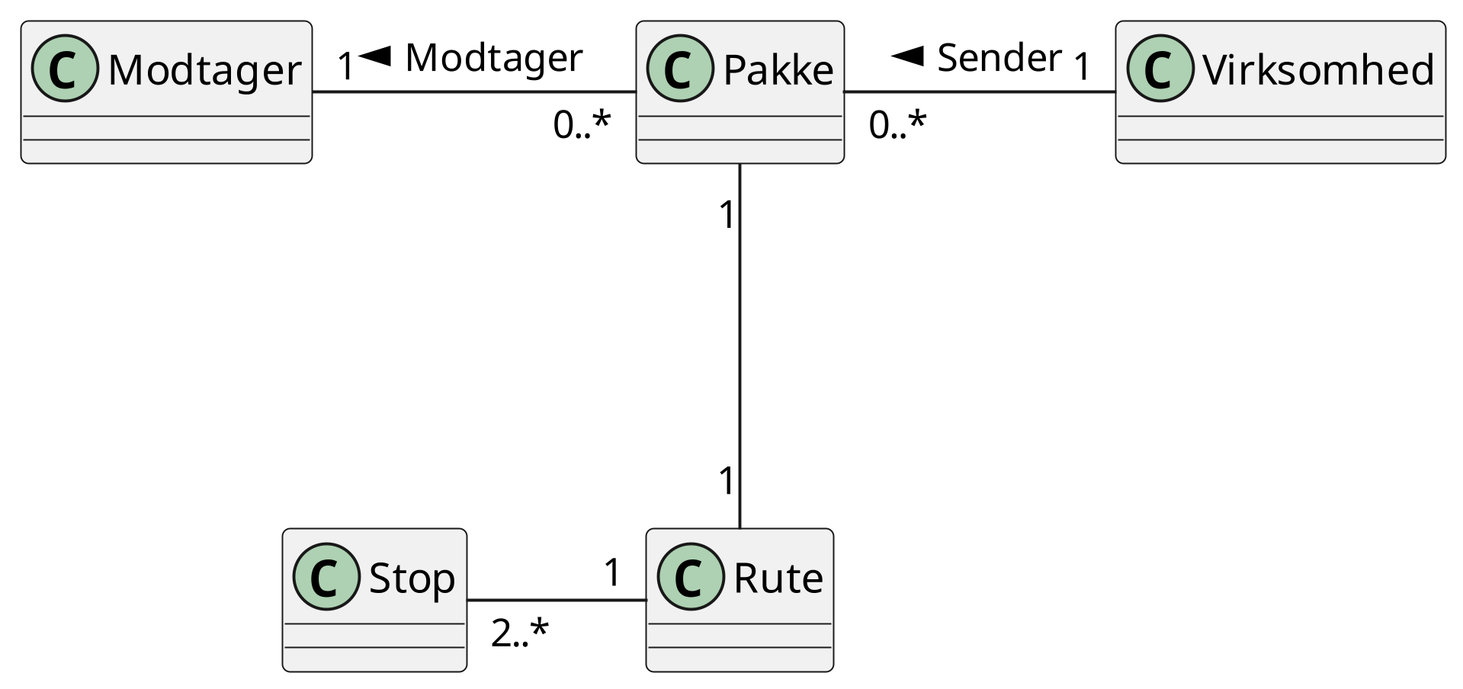
Above: diagram/domain-model.png in sofush/trace (PlantUML), before the change.
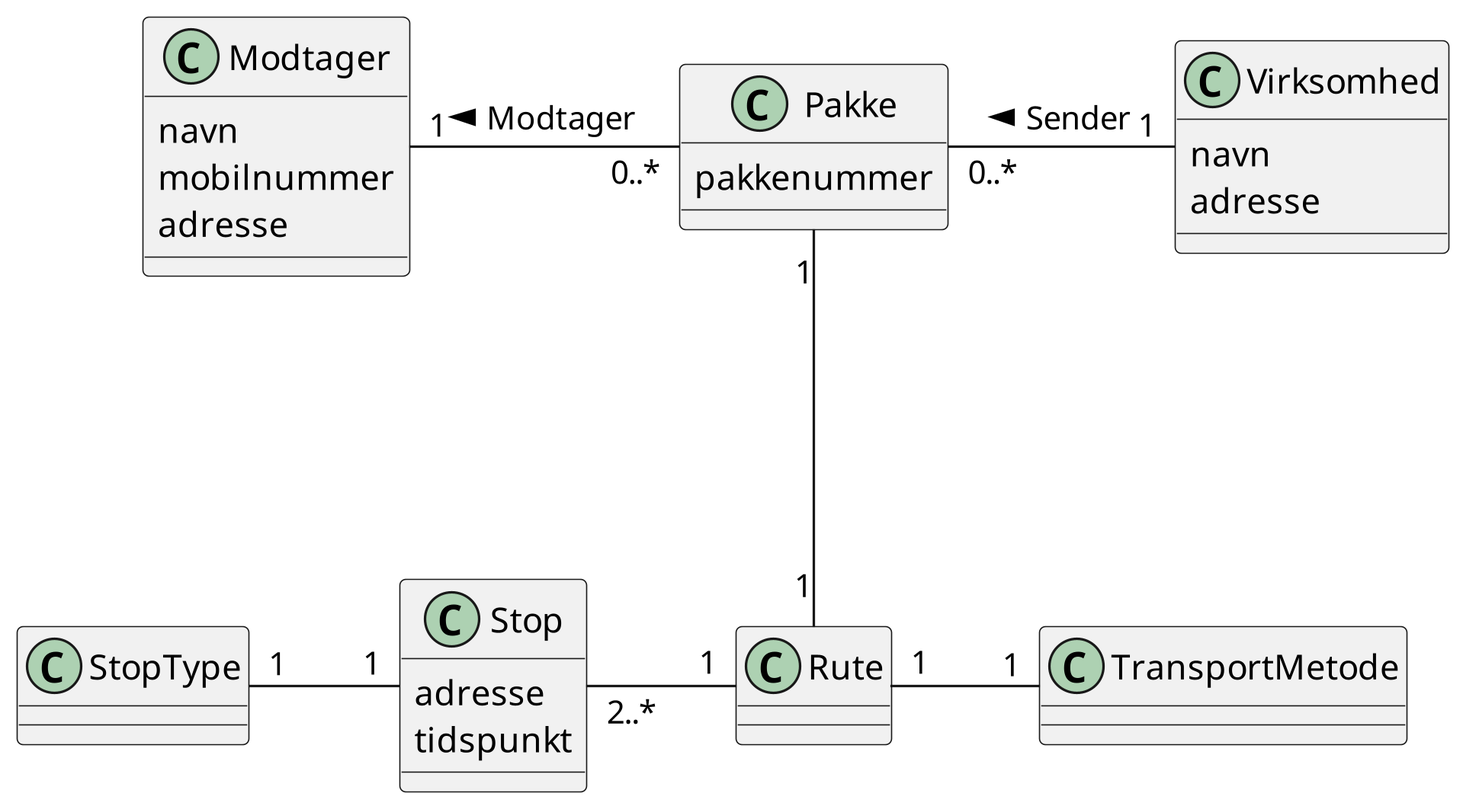
After the change.

Commit message:
feat: opdater domæne modellen med attributter og flere konceptuelle klasser

Change to the diagram source:
```diff
@@ -1,6 +1,24 @@
 @startuml
 scale 1920*1080
+class Virksomhed {
+	navn
+	adresse
+}
+class Modtager {
+	navn
+	mobilnummer
+	adresse
+}
+class Stop {
+	adresse
+	tidspunkt
+}
+class Pakke {
+	pakkenummer
+}
 Rute "1" -left- "2..*" Stop : \t
+TransportMetode "1" -left- "1" Rute : \t
+StopType "1" -right- "1" Stop : \t
 Pakke "1" --- "1" Rute
 Modtager "1" -right- "0..*" Pakke : < Modtager
 Virksomhed "1" -left- "0..*" Pakke : > Sender
```
